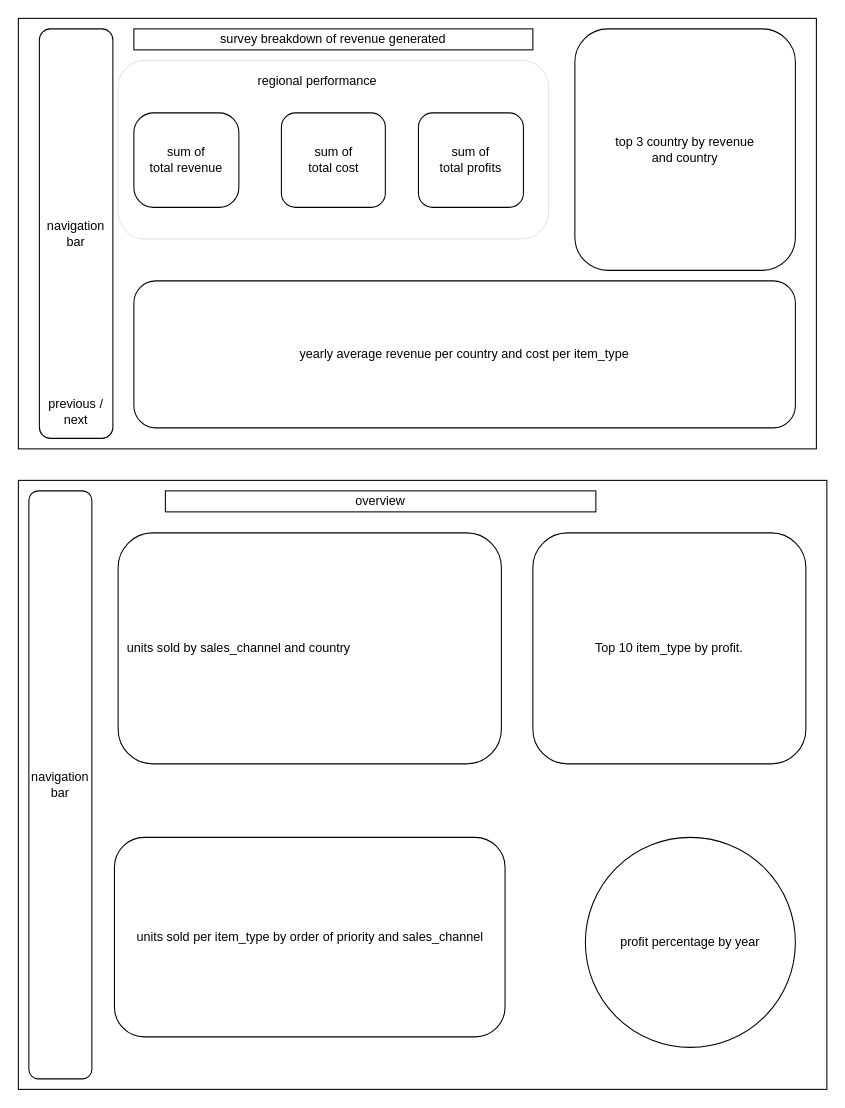
Earlier version of the draw.io diagram dashboard sketch.drawio (tmaks7/SQL-PROJECT-1). Source tidied: cells renumbered, new cells numbered last; positions are measured from the earlier drawing's top-left corner, leaving out a move shared by most shapes. Both pictures are drawn from the tidied source at 105%, with x=0, y=0 at pixel (18, 18).
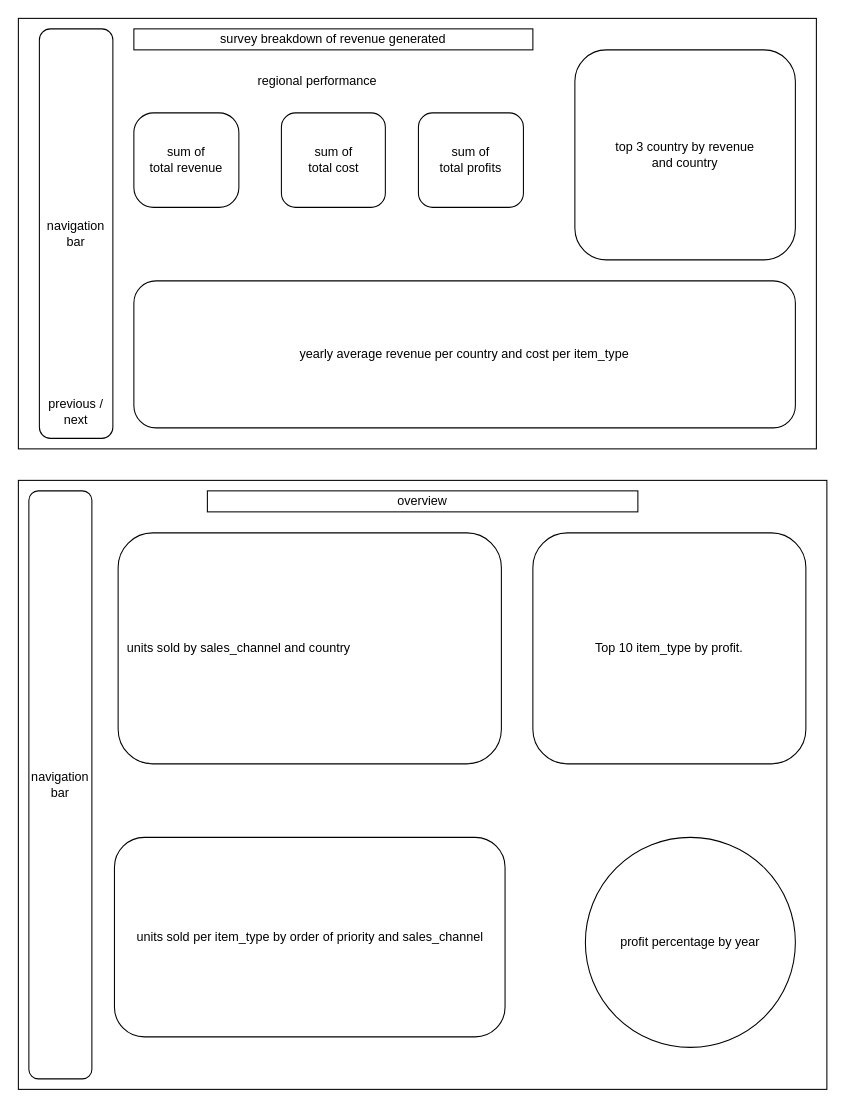
The same page after the edit.

The edit, as a diff of the source:
```diff
@@
 <mxGraphModel>
   <root>
     <mxCell id="0" />
     <mxCell id="1" parent="0" />
     <mxCell id="2" style="rounded=0;whiteSpace=wrap;html=1;" parent="1" vertex="1">
       <mxGeometry width="760" height="410" as="geometry" />
     </mxCell>
     <mxCell id="3" value="navigation bar" style="rounded=1;whiteSpace=wrap;html=1;" parent="1" vertex="1">
       <mxGeometry x="20" y="10" width="70" height="390" as="geometry" />
     </mxCell>
     <mxCell id="4" value="survey breakdown of revenue generated" style="whiteSpace=wrap;html=1;" parent="1" vertex="1">
       <mxGeometry x="110" y="10" width="380" height="20" as="geometry" />
     </mxCell>
     <mxCell id="5" value="previous /&lt;br&gt;next" style="text;strokeColor=none;align=center;fillColor=none;html=1;verticalAlign=middle;whiteSpace=wrap;rounded=0;" parent="1" vertex="1">
       <mxGeometry x="25" y="360" width="60" height="30" as="geometry" />
     </mxCell>
     <mxCell id="6" value="top 3 country by revenue&lt;br&gt;and country" style="rounded=1;whiteSpace=wrap;html=1;" parent="1" vertex="1">
-      <mxGeometry x="530" y="10" width="210" height="230" as="geometry" />
+      <mxGeometry x="530" y="30" width="210" height="200" as="geometry" />
     </mxCell>
     <mxCell id="7" value="yearly average revenue per country and cost per item_type" style="rounded=1;whiteSpace=wrap;html=1;" parent="1" vertex="1">
       <mxGeometry x="110" y="250" width="630" height="140" as="geometry" />
     </mxCell>
-    <mxCell id="8" style="rounded=1;whiteSpace=wrap;html=1;strokeColor=#E6E6E6;" parent="1" vertex="1">
-      <mxGeometry x="95" y="40" width="410" height="170" as="geometry" />
-    </mxCell>
     <mxCell id="9" style="rounded=0;whiteSpace=wrap;html=1;" parent="1" vertex="1">
       <mxGeometry y="440" width="770" height="580" as="geometry" />
     </mxCell>
     <mxCell id="10" value="navigation bar" style="rounded=1;whiteSpace=wrap;html=1;" parent="1" vertex="1">
       <mxGeometry x="10" y="450" width="60" height="560" as="geometry" />
     </mxCell>
     <mxCell id="11" value="&lt;div style=&quot;&quot;&gt;&lt;span style=&quot;background-color: initial;&quot;&gt;&lt;span style=&quot;white-space: pre;&quot;&gt; &lt;/span&gt;&lt;span style=&quot;white-space: pre;&quot;&gt; &lt;/span&gt;units sold by sales_channel and country&lt;/span&gt;&lt;/div&gt;" style="rounded=1;whiteSpace=wrap;html=1;align=left;" parent="1" vertex="1">
       <mxGeometry x="95" y="490" width="365" height="220" as="geometry" />
     </mxCell>
     <mxCell id="12" value="units sold per item_type by order of priority and sales_channel" style="rounded=1;whiteSpace=wrap;html=1;" parent="1" vertex="1">
       <mxGeometry x="91.5" y="780" width="372" height="190" as="geometry" />
     </mxCell>
     <mxCell id="13" value="overview" style="rounded=0;whiteSpace=wrap;html=1;" parent="1" vertex="1">
-      <mxGeometry x="140" y="450" width="410" height="20" as="geometry" />
+      <mxGeometry x="180" y="450" width="410" height="20" as="geometry" />
     </mxCell>
     <mxCell id="14" value="sum of&lt;br&gt;total revenue" style="rounded=1;whiteSpace=wrap;html=1;arcSize=21;" parent="1" vertex="1">
       <mxGeometry x="110" y="90" width="100" height="90" as="geometry" />
     </mxCell>
     <mxCell id="15" value="sum of&lt;br&gt;total cost" style="rounded=1;whiteSpace=wrap;html=1;" parent="1" vertex="1">
       <mxGeometry x="250.5" y="90" width="99" height="90" as="geometry" />
     </mxCell>
     <mxCell id="16" value="sum of&lt;br&gt;total profits" style="rounded=1;whiteSpace=wrap;html=1;" parent="1" vertex="1">
       <mxGeometry x="381" y="90" width="100" height="90" as="geometry" />
     </mxCell>
     <mxCell id="17" value="regional performance" style="rounded=0;whiteSpace=wrap;html=1;strokeColor=#FFFFFF;" parent="1" vertex="1">
       <mxGeometry x="200" y="50" width="170" height="20" as="geometry" />
     </mxCell>
     <mxCell id="18" value="profit percentage by year" style="ellipse;whiteSpace=wrap;html=1;" parent="1" vertex="1">
       <mxGeometry x="540" y="780" width="200" height="200" as="geometry" />
     </mxCell>
     <mxCell id="19" value="Top 10 item_type by profit." style="rounded=1;whiteSpace=wrap;html=1;" parent="1" vertex="1">
       <mxGeometry x="490" y="490" width="260" height="220" as="geometry" />
     </mxCell>
   </root>
 </mxGraphModel>
```
